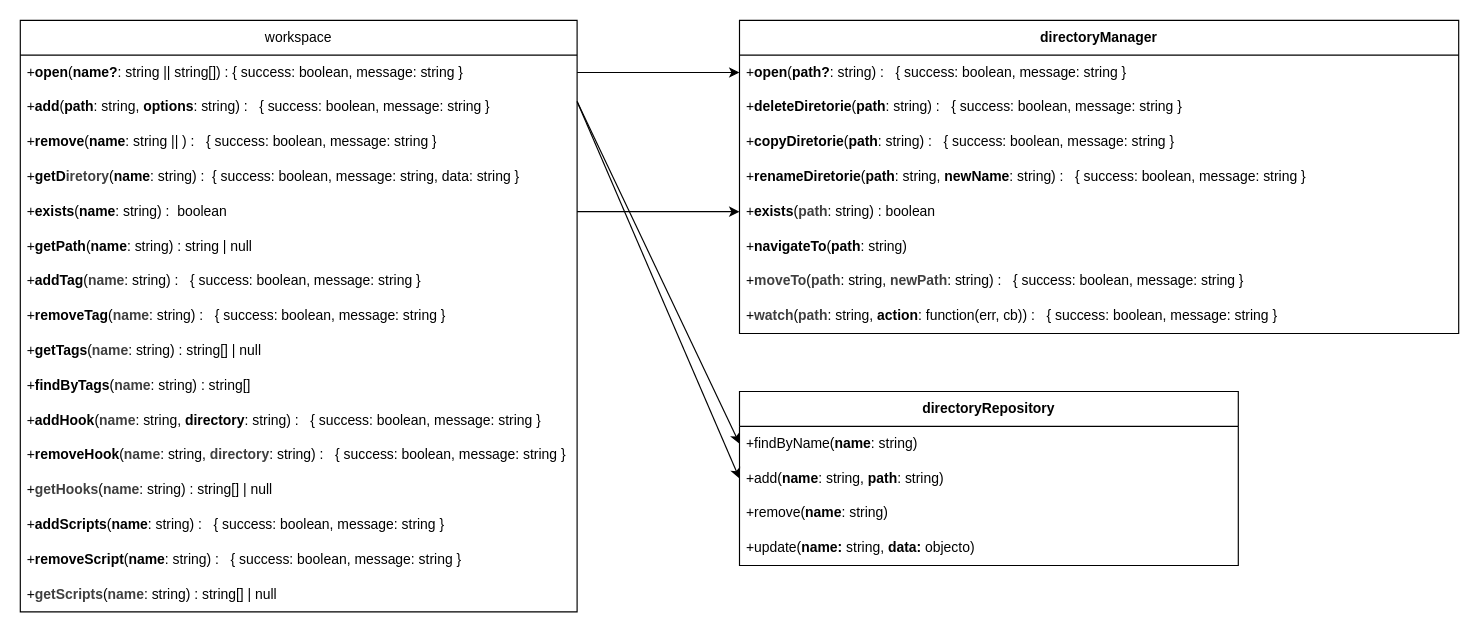
Before: docs/draws.dio in LucasTrino/pjt, a draw.io diagram. Source tidied: cells renumbered, new cells numbered last; positions are measured from the earlier drawing's top-left corner, leaving out a move shared by most shapes. Both pictures are drawn from the tidied source at 116%, with x=0, y=0 at pixel (20, 20).
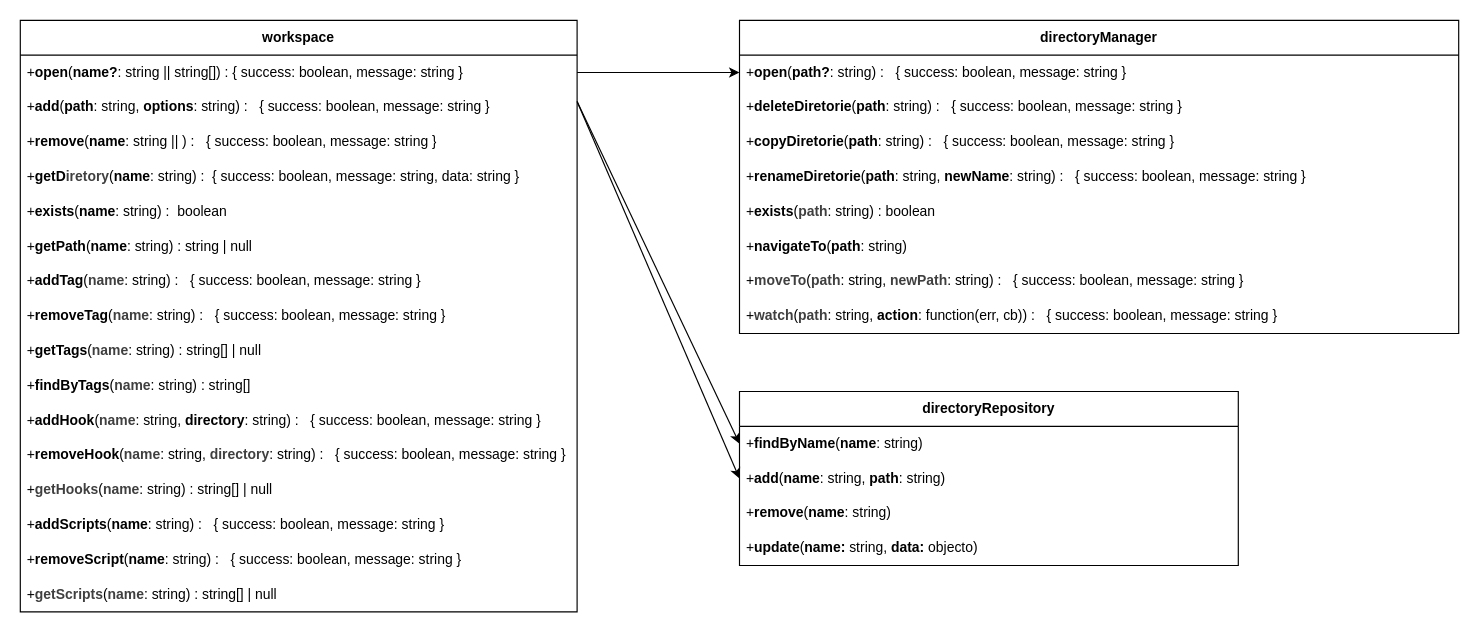
Above is the later version.

Commit message (it also covers changes not shown here):
refactor: update exists.workspace.md for clarity; adjust diagram dimensions in draws.dio

Unchanged cells that the change refers to:
```xml
<mxCell id="7" value="&lt;span style=&quot;color: rgb(0, 0, 0);&quot;&gt;+&lt;b&gt;exists&lt;/b&gt;(&lt;b&gt;name&lt;/b&gt;: string&lt;/span&gt;&lt;span style=&quot;color: rgb(0, 0, 0);&quot;&gt;)&amp;nbsp;&lt;/span&gt;&lt;span style=&quot;scrollbar-color: rgb(226, 226, 226) rgb(251, 251, 251); color: rgb(0, 0, 0);&quot;&gt;:&amp;nbsp;&lt;/span&gt;&lt;span style=&quot;color: rgb(0, 0, 0);&quot;&gt;&amp;nbsp;boolean&lt;/span&gt;" style="text;strokeColor=none;fillColor=none;align=left;verticalAlign=middle;spacingLeft=4;spacingRight=4;overflow=hidden;points=[[0,0.5],[1,0.5]];portConstraint=eastwest;whiteSpace=wrap;html=1;" parent="2" vertex="1">
  <mxGeometry y="150" width="480" height="30" as="geometry" />
</mxCell>
<mxCell id="24" value="&lt;span style=&quot;color: rgb(0, 0, 0);&quot;&gt;+&lt;b&gt;exists&lt;/b&gt;(&lt;/span&gt;&lt;b style=&quot;color: rgb(63, 63, 63); scrollbar-color: rgb(226, 226, 226) rgb(251, 251, 251);&quot;&gt;path&lt;/b&gt;&lt;span style=&quot;color: rgb(0, 0, 0);&quot;&gt;: string&lt;/span&gt;&lt;span style=&quot;color: rgb(0, 0, 0);&quot;&gt;)&amp;nbsp;&lt;/span&gt;&lt;span style=&quot;scrollbar-color: rgb(226, 226, 226) rgb(251, 251, 251); color: rgb(0, 0, 0);&quot;&gt;: boolean&lt;/span&gt;" style="text;strokeColor=none;fillColor=none;align=left;verticalAlign=middle;spacingLeft=4;spacingRight=4;overflow=hidden;points=[[0,0.5],[1,0.5]];portConstraint=eastwest;whiteSpace=wrap;html=1;" parent="19" vertex="1">
  <mxGeometry y="150" width="620" height="30" as="geometry" />
</mxCell>
<mxCell id="30" value="&lt;b&gt;directoryRepository&lt;/b&gt;" style="swimlane;fontStyle=0;horizontal=1;startSize=30;whiteSpace=wrap;html=1;" parent="1" vertex="1">
  <mxGeometry x="620" y="320" width="430" height="150" as="geometry" />
</mxCell>
```

Change to the diagram source:
```diff
@@
-    <mxCell id="2" value="workspace" style="swimlane;fontStyle=0;horizontal=1;startSize=30;whiteSpace=wrap;html=1;" parent="1" vertex="1">
+    <mxCell id="2" value="&lt;b&gt;workspace&lt;/b&gt;" style="swimlane;fontStyle=0;horizontal=1;startSize=30;whiteSpace=wrap;html=1;" parent="1" vertex="1">
       <mxGeometry width="480" height="510" as="geometry" />
     </mxCell>
@@
-    <mxCell id="29" style="edgeStyle=none;html=1;" parent="1" edge="1" source="7" target="24">
-      <mxGeometry relative="1" as="geometry" />
-    </mxCell>
@@
-    <mxCell id="31" value="+findByName(&lt;b&gt;name&lt;/b&gt;: string)" style="text;strokeColor=none;fillColor=none;align=left;verticalAlign=middle;spacingLeft=4;spacingRight=4;overflow=hidden;points=[[0,0.5],[1,0.5]];portConstraint=eastwest;whiteSpace=wrap;html=1;" parent="30" vertex="1">
+    <mxCell id="31" value="+&lt;b&gt;findByName&lt;/b&gt;(&lt;b&gt;name&lt;/b&gt;: string)" style="text;strokeColor=none;fillColor=none;align=left;verticalAlign=middle;spacingLeft=4;spacingRight=4;overflow=hidden;points=[[0,0.5],[1,0.5]];portConstraint=eastwest;whiteSpace=wrap;html=1;" parent="30" vertex="1">
       <mxGeometry y="30" width="430" height="30" as="geometry" />
     </mxCell>
-    <mxCell id="32" value="&lt;span style=&quot;color: rgb(0, 0, 0);&quot;&gt;+add(&lt;b&gt;name&lt;/b&gt;: string, &lt;b&gt;path&lt;/b&gt;: string)&lt;/span&gt;" style="text;strokeColor=none;fillColor=none;align=left;verticalAlign=middle;spacingLeft=4;spacingRight=4;overflow=hidden;points=[[0,0.5],[1,0.5]];portConstraint=eastwest;whiteSpace=wrap;html=1;" parent="30" vertex="1">
+    <mxCell id="32" value="&lt;span style=&quot;color: rgb(0, 0, 0);&quot;&gt;+&lt;b&gt;add&lt;/b&gt;(&lt;b&gt;name&lt;/b&gt;: string, &lt;b&gt;path&lt;/b&gt;: string)&lt;/span&gt;" style="text;strokeColor=none;fillColor=none;align=left;verticalAlign=middle;spacingLeft=4;spacingRight=4;overflow=hidden;points=[[0,0.5],[1,0.5]];portConstraint=eastwest;whiteSpace=wrap;html=1;" parent="30" vertex="1">
       <mxGeometry y="60" width="430" height="30" as="geometry" />
     </mxCell>
-    <mxCell id="33" value="+remove(&lt;b&gt;name&lt;/b&gt;: string)" style="text;strokeColor=none;fillColor=none;align=left;verticalAlign=middle;spacingLeft=4;spacingRight=4;overflow=hidden;whiteSpace=wrap;html=1;" parent="30" vertex="1">
+    <mxCell id="33" value="+&lt;b&gt;remove&lt;/b&gt;(&lt;b&gt;name&lt;/b&gt;: string)" style="text;strokeColor=none;fillColor=none;align=left;verticalAlign=middle;spacingLeft=4;spacingRight=4;overflow=hidden;whiteSpace=wrap;html=1;" parent="30" vertex="1">
       <mxGeometry y="90" width="430" height="30" as="geometry" />
     </mxCell>
-    <mxCell id="34" value="+update(&lt;b&gt;name:&lt;/b&gt;&amp;nbsp;string, &lt;b&gt;data: &lt;/b&gt;objecto)" style="text;strokeColor=none;fillColor=none;align=left;verticalAlign=middle;spacingLeft=4;spacingRight=4;overflow=hidden;whiteSpace=wrap;html=1;" parent="30" vertex="1">
+    <mxCell id="34" value="+&lt;b&gt;update&lt;/b&gt;(&lt;b&gt;name:&lt;/b&gt;&amp;nbsp;string, &lt;b&gt;data: &lt;/b&gt;objecto)" style="text;strokeColor=none;fillColor=none;align=left;verticalAlign=middle;spacingLeft=4;spacingRight=4;overflow=hidden;whiteSpace=wrap;html=1;" parent="30" vertex="1">
       <mxGeometry y="120" width="430" height="30" as="geometry" />
     </mxCell>
```
